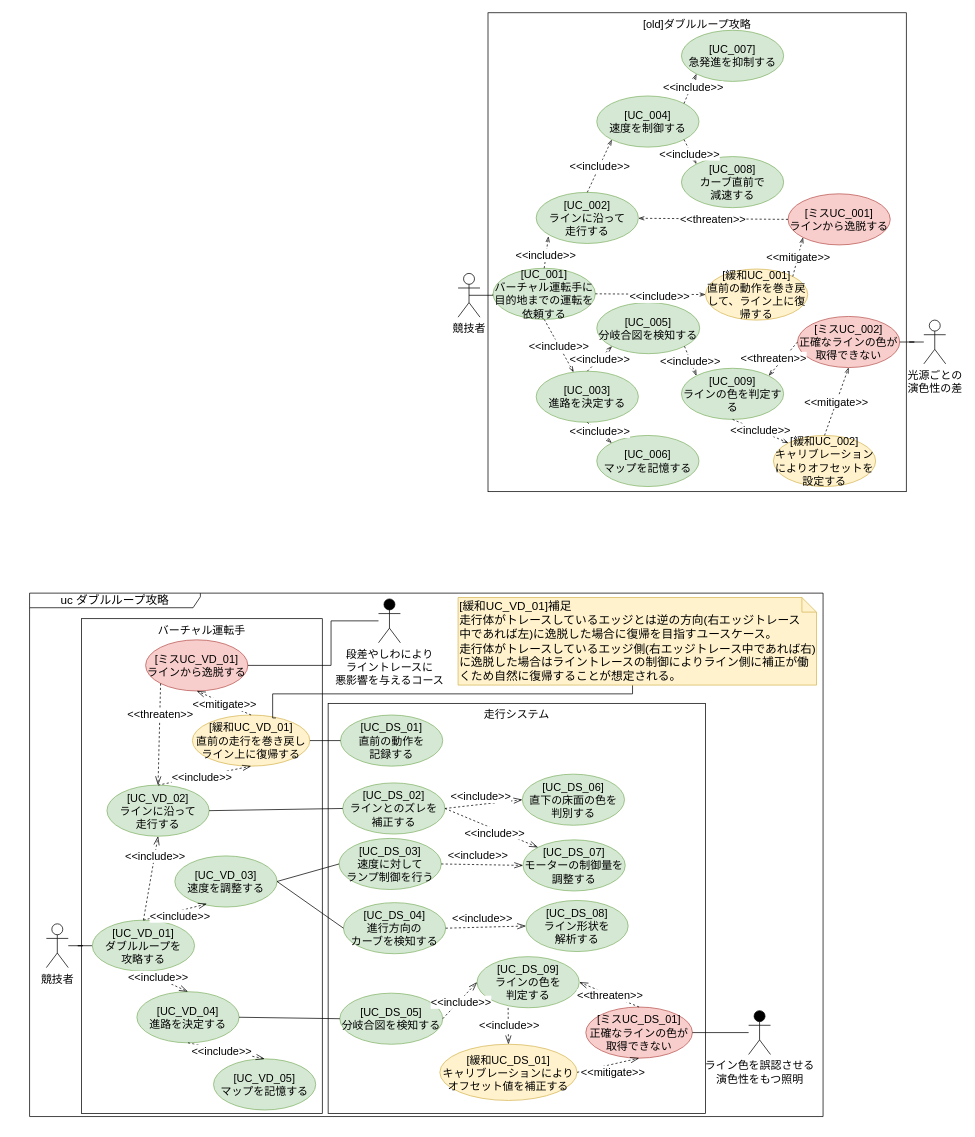
This is model/素材/2.2.1_ユースケース図.drawio from miyoshiyuu-systena/tenarobo-primary-mil-2025, a draw.io file, before an edit. Source tidied: cells renumbered, new cells numbered last; positions are measured from the earlier drawing's top-left corner, leaving out a move shared by most shapes. Both pictures are drawn from the tidied source at 73%, with x=0, y=0 at pixel (29, 12).
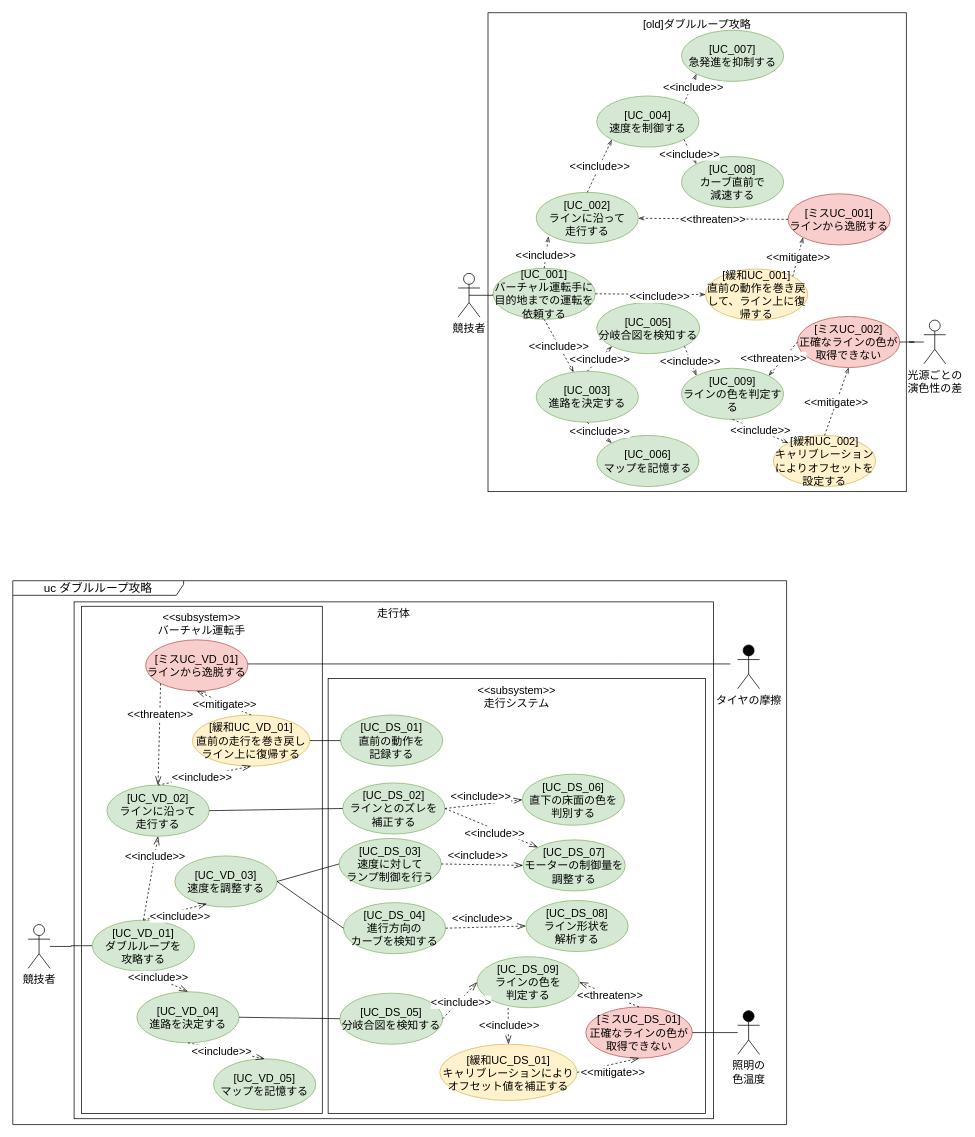
The same diagram, later.

Unchanged cells that the change refers to:
```xml
<mxCell id="53" value="&lt;div&gt;[ミスUC_VD_01]&lt;/div&gt;&lt;div&gt;ラインから逸脱する&lt;/div&gt;" style="ellipse;whiteSpace=wrap;html=1;fillColor=#f8cecc;strokeColor=#b85450;fontSize=15;" parent="1" vertex="1">
  <mxGeometry x="159" y="859" width="140" height="70" as="geometry" />
</mxCell>
<mxCell id="54" value="[緩和UC_VD_01]&lt;div&gt;直前の走行を巻き戻し&lt;/div&gt;&lt;div&gt;&lt;span style=&quot;background-color: transparent; color: light-dark(rgb(0, 0, 0), rgb(255, 255, 255));&quot;&gt;ライン上に復帰する&lt;/span&gt;&lt;/div&gt;" style="ellipse;whiteSpace=wrap;html=1;fillColor=#fff2cc;strokeColor=#d6b656;fontSize=15;" parent="1" vertex="1">
  <mxGeometry x="223" y="962" width="161" height="70" as="geometry" />
</mxCell>
```

Diff of the diagram source:
```diff
@@
+    <mxCell id="83" value="走行体" style="rounded=0;whiteSpace=wrap;html=1;fontSize=15;align=center;verticalAlign=top;" parent="1" vertex="1">
+      <mxGeometry x="61" y="807" width="876" height="708" as="geometry" />
+    </mxCell>
@@
-    <mxCell id="34" value="バーチャル運転手" style="rounded=0;whiteSpace=wrap;html=1;fontSize=15;align=center;verticalAlign=top;" parent="1" vertex="1">
-      <mxGeometry x="71" y="830" width="330" height="678" as="geometry" />
+    <mxCell id="34" value="&amp;lt;&amp;lt;subsystem&amp;gt;&amp;gt;&lt;div&gt;バーチャル運転手&lt;/div&gt;" style="rounded=0;whiteSpace=wrap;html=1;fontSize=15;align=center;verticalAlign=top;" parent="1" vertex="1">
+      <mxGeometry x="71" y="813" width="330" height="695" as="geometry" />
     </mxCell>
-    <mxCell id="35" value="走行システム" style="rounded=0;whiteSpace=wrap;html=1;fontSize=15;align=center;verticalAlign=top;" parent="1" vertex="1">
-      <mxGeometry x="409" y="946" width="517" height="562" as="geometry" />
+    <mxCell id="35" value="&lt;div&gt;&amp;lt;&amp;lt;subsystem&amp;gt;&amp;gt;&lt;/div&gt;走行システム" style="rounded=0;whiteSpace=wrap;html=1;fontSize=15;align=center;verticalAlign=top;" parent="1" vertex="1">
+      <mxGeometry x="409" y="912" width="517" height="596" as="geometry" />
     </mxCell>
@@
     <mxCell id="37" value="競技者" style="shape=umlActor;verticalLabelPosition=bottom;verticalAlign=top;html=1;outlineConnect=0;fontSize=15;" parent="1" vertex="1">
-      <mxGeometry x="23" y="1248" width="30" height="60" as="geometry" />
+      <mxGeometry x="-2" y="1249" width="30" height="60" as="geometry" />
     </mxCell>
@@
-    <mxCell id="77" value="ライン色を誤認させる&lt;br&gt;&lt;div&gt;演色性をもつ&lt;span style=&quot;background-color: transparent; color: light-dark(rgb(0, 0, 0), rgb(255, 255, 255));&quot;&gt;照明&lt;/span&gt;&lt;/div&gt;" style="shape=umlActor;verticalLabelPosition=bottom;verticalAlign=top;html=1;outlineConnect=0;fontSize=15;fillColor=#000000;" parent="1" vertex="1">
-      <mxGeometry x="985" y="1367" width="30" height="60" as="geometry" />
+    <mxCell id="77" value="照明の&lt;div&gt;色温度&lt;/div&gt;" style="shape=umlActor;verticalLabelPosition=bottom;verticalAlign=top;html=1;outlineConnect=0;fontSize=15;fillColor=#000000;" parent="1" vertex="1">
+      <mxGeometry x="970" y="1367" width="30" height="60" as="geometry" />
     </mxCell>
-    <mxCell id="78" style="edgeStyle=orthogonalEdgeStyle;rounded=0;jettySize=auto;html=1;entryX=1;entryY=0.5;entryDx=0;entryDy=0;endArrow=none;endFill=0;fontSize=15;" parent="1" edge="1" source="79" target="53">
+    <mxCell id="78" style="edgeStyle=orthogonalEdgeStyle;rounded=0;orthogonalLoop=1;jettySize=auto;html=1;entryX=1;entryY=0.5;entryDx=0;entryDy=0;endArrow=none;endFill=0;fontSize=15;" parent="1" edge="1">
       <mxGeometry relative="1" as="geometry">
+        <mxPoint x="960" y="892" as="sourcePoint" />
+        <mxPoint x="299" y="892" as="targetPoint" />
         <Array as="points">
-          <mxPoint x="413" y="833" />
-          <mxPoint x="413" y="894" />
+          <mxPoint x="806" y="892" />
+          <mxPoint x="806" y="892" />
         </Array>
       </mxGeometry>
     </mxCell>
-    <mxCell id="79" value="段差やしわにより&lt;div&gt;ライントレースに&lt;/div&gt;&lt;div&gt;悪影響を与えるコース&lt;/div&gt;" style="shape=umlActor;verticalLabelPosition=bottom;verticalAlign=top;html=1;outlineConnect=0;fontSize=15;fillColor=#000000;gradientColor=none;" parent="1" vertex="1">
-      <mxGeometry x="478" y="803" width="30" height="60" as="geometry" />
+    <mxCell id="79" value="タイヤの摩擦" style="shape=umlActor;verticalLabelPosition=bottom;verticalAlign=top;html=1;outlineConnect=0;fontSize=15;fillColor=#000000;gradientColor=none;" parent="1" vertex="1">
+      <mxGeometry x="970" y="866" width="30" height="60" as="geometry" />
     </mxCell>
     <mxCell id="80" value="uc ダブルループ攻略" style="shape=umlFrame;whiteSpace=wrap;html=1;width=234;height=20;fontSize=16;" parent="1" vertex="1">
-      <mxGeometry y="795" width="1087" height="717" as="geometry" />
+      <mxGeometry x="-23" y="778" width="1060" height="745" as="geometry" />
     </mxCell>
-    <mxCell id="81" style="edgeStyle=orthogonalEdgeStyle;rounded=0;jettySize=auto;html=1;entryX=0.711;entryY=0.057;entryDx=0;entryDy=0;endArrow=none;endFill=0;entryPerimeter=0;" parent="1" edge="1" source="82" target="54">
-      <mxGeometry relative="1" as="geometry">
-        <Array as="points">
-          <mxPoint x="826" y="933" />
-          <mxPoint x="333" y="933" />
-        </Array>
-      </mxGeometry>
-    </mxCell>
-    <mxCell id="82" value="[緩和UC_VD_01]補足&lt;div&gt;走行体がトレースしているエッジとは逆の方向(右エッジ&lt;span style=&quot;background-color: transparent; color: light-dark(rgb(0, 0, 0), rgb(255, 255, 255));&quot;&gt;トレース&lt;/span&gt;&lt;div&gt;&lt;span style=&quot;background-color: transparent; color: light-dark(rgb(0, 0, 0), rgb(255, 255, 255));&quot;&gt;中であれば左)に逸脱した場合に復帰を目指すユースケース。&lt;/span&gt;&lt;div&gt;&lt;div&gt;走行体がトレースしているエッジ側(右エッジトレース中であれば右)に逸脱した場合はライントレースの制御によりライン側に補正が働く&lt;span style=&quot;background-color: transparent; color: light-dark(rgb(0, 0, 0), rgb(255, 255, 255));&quot;&gt;ため自然に復帰することが想定される。&lt;/span&gt;&lt;/div&gt;&lt;/div&gt;&lt;/div&gt;&lt;/div&gt;" style="shape=note;size=20;whiteSpace=wrap;html=1;fontSize=16;align=left;fillColor=#fff2cc;strokeColor=#d6b656;" parent="1" vertex="1">
-      <mxGeometry x="587" y="801" width="491" height="120" as="geometry" />
-    </mxCell>
```
